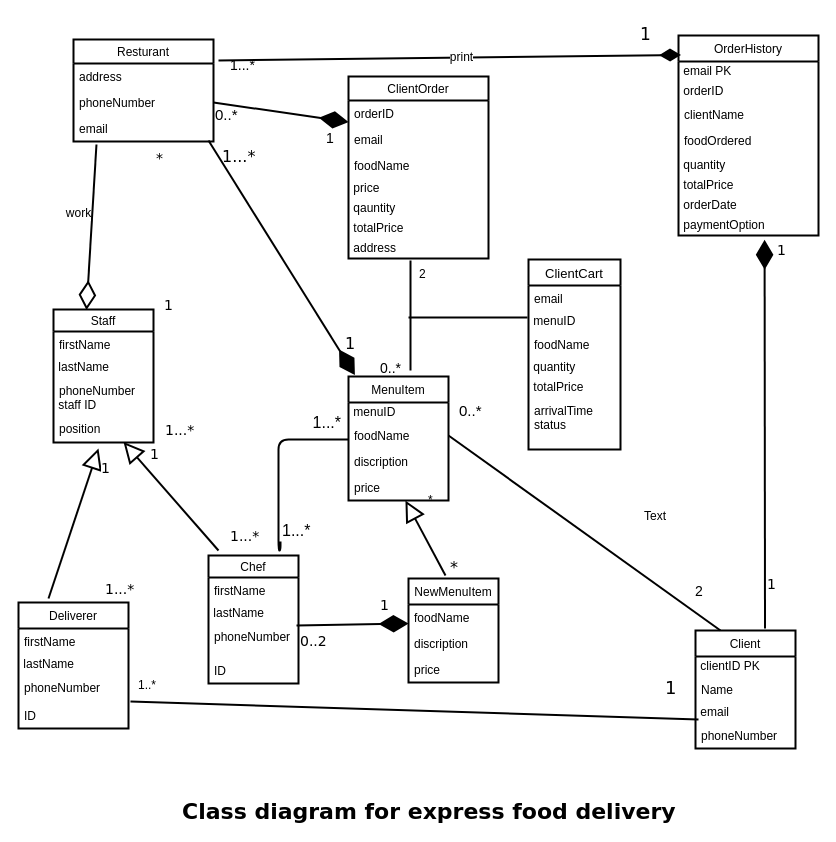
Before: Class Diagram For Express food delivery resturant.drawio in wallaceNdi/OC-PRO, a draw.io diagram. Source tidied: cells renumbered, new cells numbered last; positions are measured from the earlier drawing's top-left corner, leaving out a move shared by most shapes. Both pictures are drawn from the tidied source at 100%, with x=0, y=0 at pixel (18, 17).
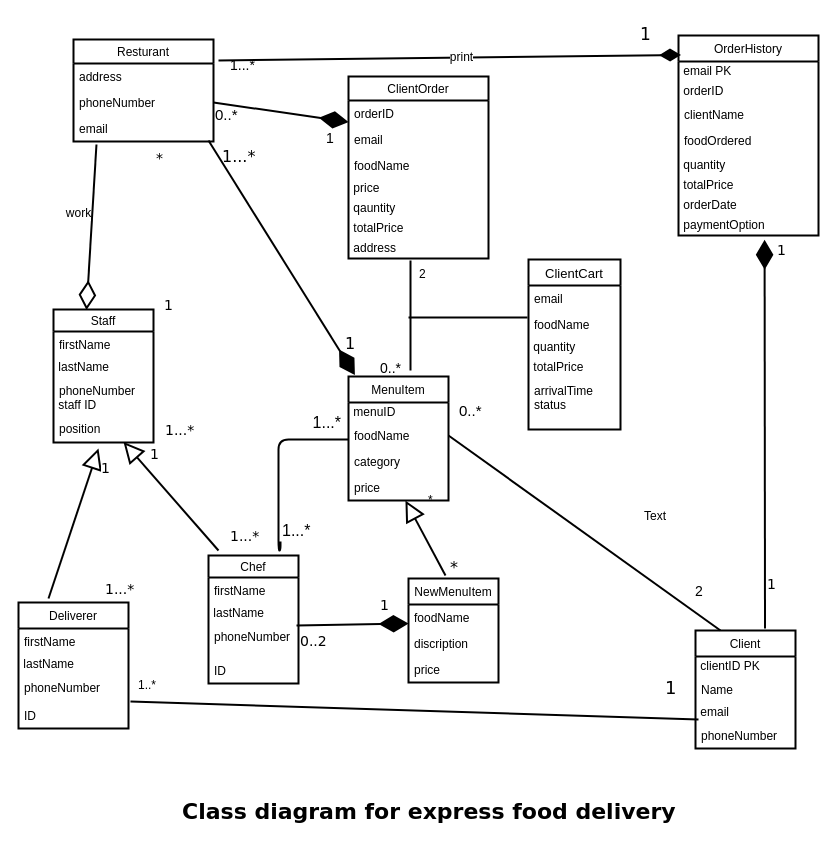
Above is the later version.

Unchanged cells that the change refers to:
```xml
<mxCell id="31" value="MenuItem" style="swimlane;fontStyle=0;horizontal=1;startSize=26;fillColor=none;strokeWidth=2;" parent="1" vertex="1">
  <mxGeometry x="330" y="359" width="100" height="124" as="geometry" />
</mxCell>
```

Diff of the diagram source:
```diff
@@
-    <mxCell id="34" value="discription" style="text;strokeColor=none;fillColor=none;align=left;verticalAlign=top;spacingLeft=4;spacingRight=4;overflow=hidden;" parent="31" vertex="1">
+    <mxCell id="34" value="category" style="text;strokeColor=none;fillColor=none;align=left;verticalAlign=top;spacingLeft=4;spacingRight=4;overflow=hidden;" parent="31" vertex="1">
       <mxGeometry y="72" width="100" height="26" as="geometry" />
     </mxCell>
@@
     <mxCell id="75" value="ClientCart" style="swimlane;fontStyle=0;horizontal=1;startSize=26;fillColor=none;fontSize=13;strokeWidth=2;" parent="1" vertex="1">
-      <mxGeometry x="510" y="242" width="92" height="190" as="geometry" />
+      <mxGeometry x="510" y="242" width="92" height="170" as="geometry" />
     </mxCell>
@@
-    <mxCell id="77" value="&amp;nbsp;menuID" style="text;html=1;points=[];align=left;verticalAlign=top;spacingTop=-4;" parent="75" vertex="1">
-      <mxGeometry y="52" width="92" height="20" as="geometry" />
-    </mxCell>
     <mxCell id="78" value="foodName" style="text;strokeColor=none;fillColor=none;align=left;verticalAlign=top;spacingLeft=4;spacingRight=4;overflow=hidden;" parent="75" vertex="1">
-      <mxGeometry y="72" width="92" height="26" as="geometry" />
+      <mxGeometry y="52" width="92" height="26" as="geometry" />
     </mxCell>
     <mxCell id="79" value="&amp;nbsp;quantity" style="text;html=1;align=left;verticalAlign=top;spacingTop=-4;" parent="75" vertex="1">
-      <mxGeometry y="98" width="92" height="20" as="geometry" />
+      <mxGeometry y="78" width="92" height="20" as="geometry" />
     </mxCell>
     <mxCell id="80" value="&amp;nbsp;totalPrice" style="text;html=1;align=left;verticalAlign=top;spacingTop=-4;" parent="75" vertex="1">
-      <mxGeometry y="118" width="92" height="20" as="geometry" />
+      <mxGeometry y="98" width="92" height="20" as="geometry" />
     </mxCell>
     <mxCell id="81" value="arrivalTime&#10;status&#10;" style="text;strokeColor=none;fillColor=none;align=left;verticalAlign=top;spacingLeft=4;spacingRight=4;overflow=hidden;" parent="75" vertex="1">
-      <mxGeometry y="138" width="92" height="52" as="geometry" />
+      <mxGeometry y="118" width="92" height="52" as="geometry" />
     </mxCell>
-    <mxCell id="82" style="endArrow=none;html=1;entryX=-0.011;entryY=0.3;entryDx=0;entryDy=0;entryPerimeter=0;strokeWidth=2;" parent="1" edge="1" target="77">
+    <mxCell id="82" style="endArrow=none;html=1;entryX=-0.011;entryY=0.3;entryDx=0;entryDy=0;entryPerimeter=0;strokeWidth=2;" parent="1" edge="1">
       <mxGeometry relative="1" as="geometry">
         <mxPoint x="390" y="300" as="sourcePoint" />
+        <mxPoint x="509" y="300" as="targetPoint" />
       </mxGeometry>
     </mxCell>
```
